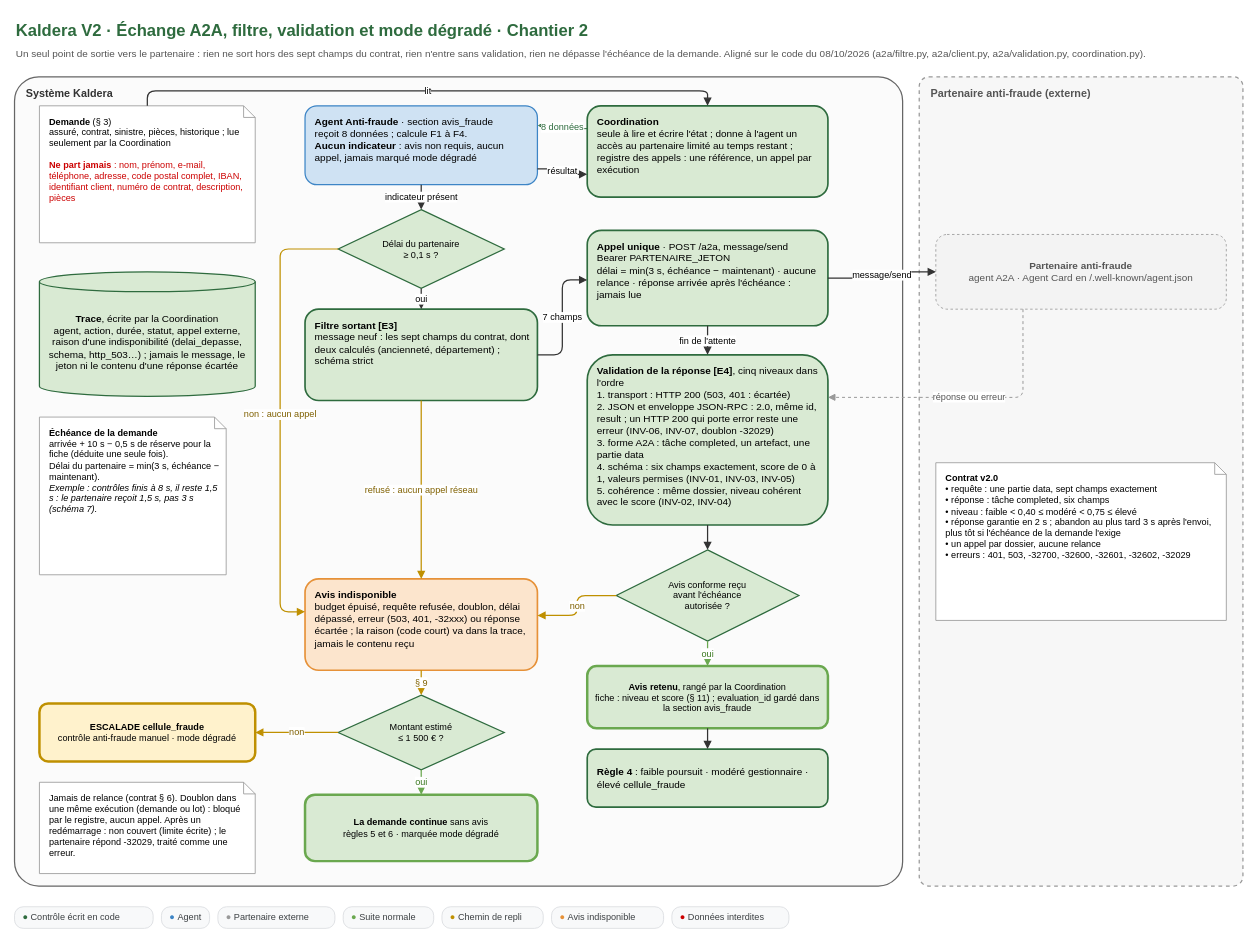
Earlier version of the draw.io diagram conception/schemas/schema-5-echange-a2a.drawio (Ganda15/kaldera-bout-en-bout_v2). Source tidied: cells renumbered, new cells numbered last; positions are measured from the earlier drawing's top-left corner, leaving out a move shared by most shapes. Both pictures are drawn from the tidied source at 83%, with x=0, y=0 at pixel (14, 14).
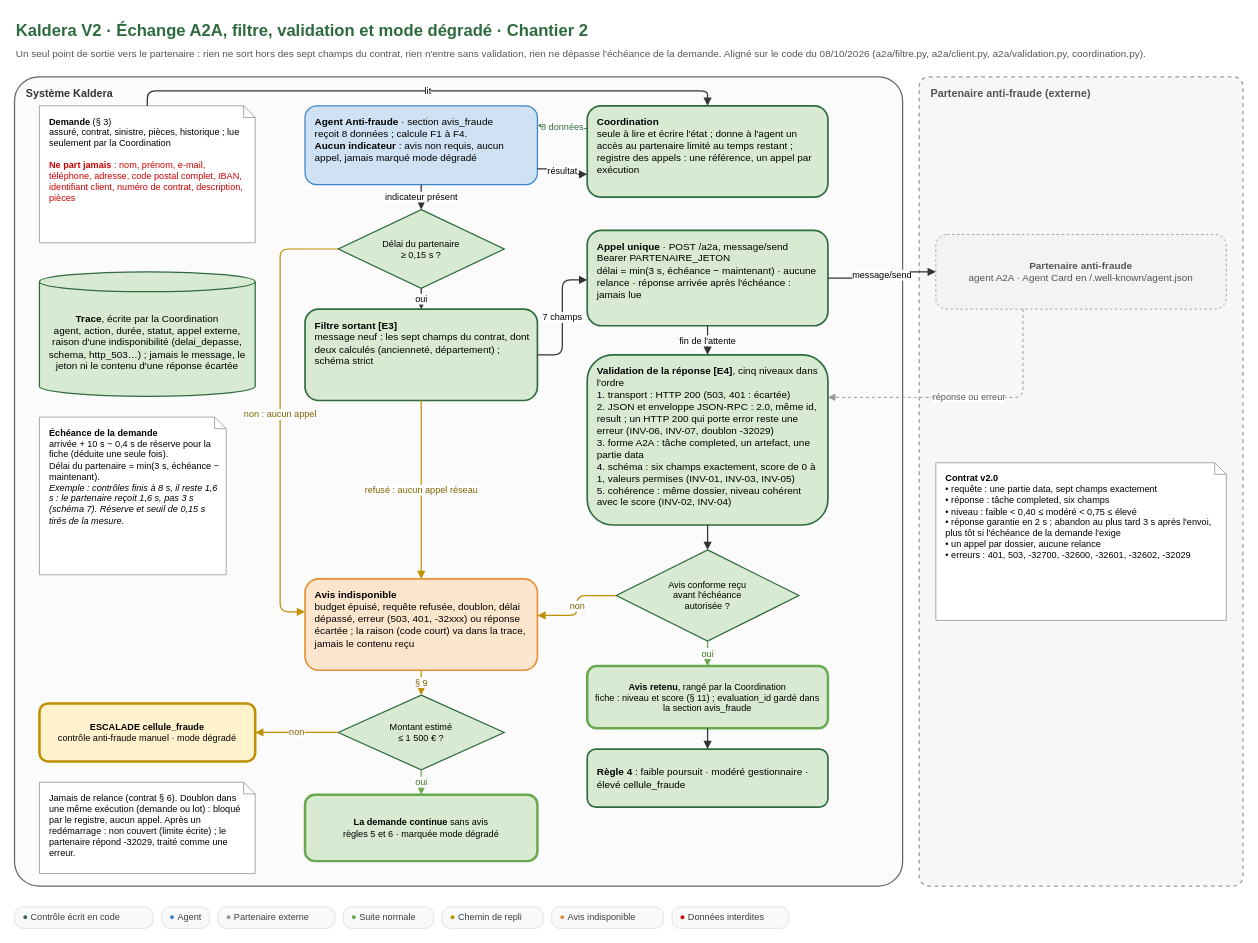
The same page after the edit.

The edit, as a diff of the source:
```diff
@@
-    <mxCell id="9" value="Délai du partenaire&lt;br&gt;≥ 0,1 s ?" style="rhombus;whiteSpace=wrap;html=1;fontFamily=Arial;fontSize=11;fillColor=#d9ead3;strokeColor=#2E6B3E;strokeWidth=1.5;" parent="1" vertex="1">
+    <mxCell id="9" value="Délai du partenaire&lt;br&gt;≥ 0,15 s ?" style="rhombus;whiteSpace=wrap;html=1;fontFamily=Arial;fontSize=11;fillColor=#d9ead3;strokeColor=#2E6B3E;strokeWidth=1.5;" parent="1" vertex="1">
       <mxGeometry x="390" y="235" width="200" height="95" as="geometry" />
     </mxCell>
@@
-    <mxCell id="20" value="&lt;b&gt;Échéance de la demande&lt;/b&gt;&lt;br&gt;arrivée + 10 s − 0,5 s de réserve pour la fiche (déduite une seule fois).&lt;br&gt;Délai du partenaire = min(3 s, échéance − maintenant).&lt;br&gt;&lt;i&gt;Exemple : contrôles finis à 8 s, il reste 1,5 s : le partenaire reçoit 1,5 s, pas 3 s (schéma 7).&lt;/i&gt;" style="whiteSpace=wrap;html=1;fontFamily=Arial;fontSize=12;align=left;spacingLeft=10;spacingRight=8;verticalAlign=top;spacingTop=6;shape=note;size=14;fillColor=#ffffff;strokeColor=#999999;fontSize=11;" parent="1" vertex="1">
+    <mxCell id="20" value="&lt;b&gt;Échéance de la demande&lt;/b&gt;&lt;br&gt;arrivée + 10 s − 0,4 s de réserve pour la fiche (déduite une seule fois).&lt;br&gt;Délai du partenaire = min(3 s, échéance − maintenant).&lt;br&gt;&lt;i&gt;Exemple : contrôles finis à 8 s, il reste 1,6 s : le partenaire reçoit 1,6 s, pas 3 s (schéma 7). Réserve et seuil de 0,15 s tirés de la mesure.&lt;/i&gt;" style="whiteSpace=wrap;html=1;fontFamily=Arial;fontSize=12;align=left;spacingLeft=10;spacingRight=8;verticalAlign=top;spacingTop=6;shape=note;size=14;fillColor=#ffffff;strokeColor=#999999;fontSize=11;" parent="1" vertex="1">
       <mxGeometry x="30" y="485" width="225" height="190" as="geometry" />
     </mxCell>
```
